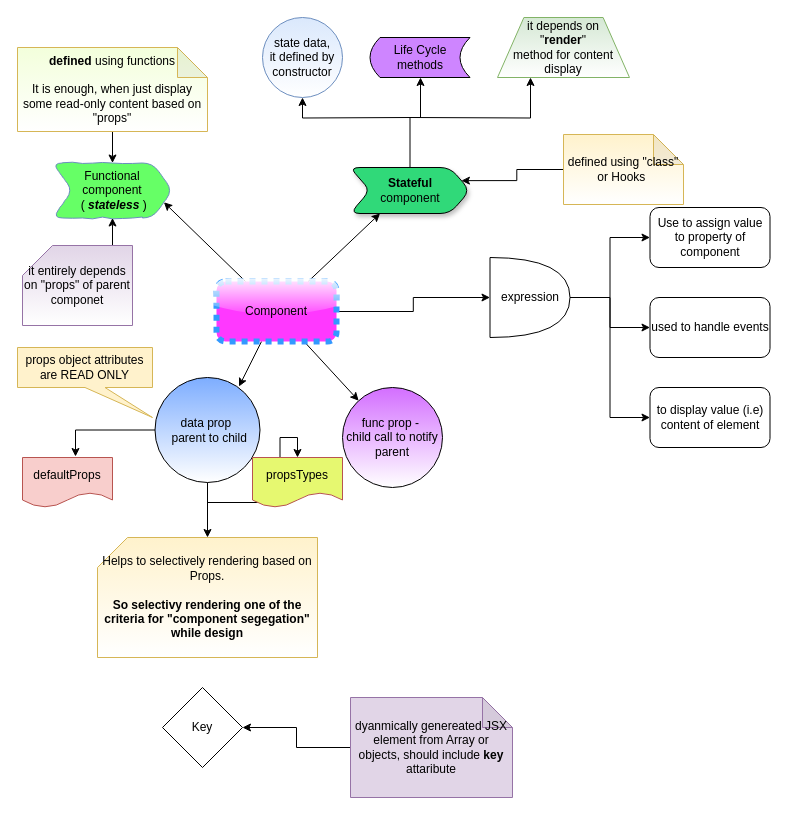
This is My Articles/react/React Component.drawio from anbarasan-raji/books, a draw.io file, before an edit. Source tidied: cells renumbered, new cells numbered last; positions are measured from the earlier drawing's top-left corner, leaving out a move shared by most shapes. Both pictures are drawn from the tidied source at 100%, with x=0, y=0 at pixel (17, 17).
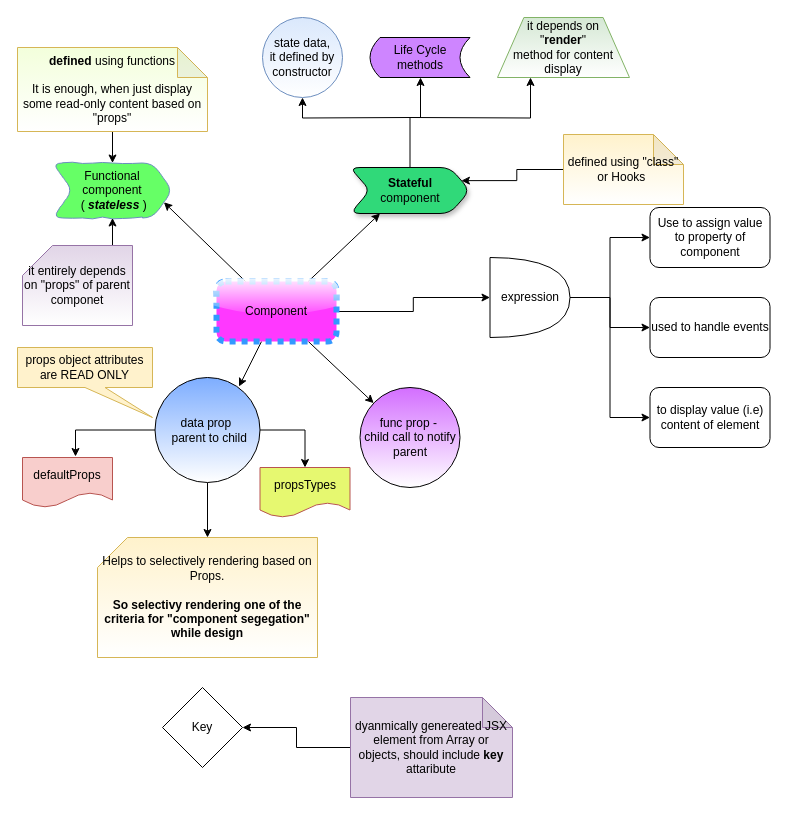
The same diagram, later.

Unchanged cells that the change refers to:
```xml
<mxCell id="6" value="data prop&amp;nbsp;&lt;br&gt;&amp;nbsp;parent to child" style="ellipse;whiteSpace=wrap;html=1;fillColor=#7DADFF;gradientColor=#ffffff;" parent="1" vertex="1">
  <mxGeometry x="137.5" y="360" width="105" height="105" as="geometry" />
</mxCell>
```

Change to the diagram source:
```diff
@@
-    <mxCell id="5" style="edgeStyle=orthogonalEdgeStyle;rounded=0;jettySize=auto;html=1;entryX=0.5;entryY=0;entryDx=0;entryDy=0;" parent="1" edge="1" source="6" target="33">
+    <mxCell id="5" style="edgeStyle=orthogonalEdgeStyle;rounded=0;jettySize=auto;html=1;entryX=0.5;entryY=0;entryDx=0;entryDy=0;exitX=1;exitY=0.5;exitDx=0;exitDy=0;" parent="1" edge="1" source="6" target="33">
       <mxGeometry relative="1" as="geometry" />
     </mxCell>
@@
     <mxCell id="14" value="func prop -&amp;nbsp;&lt;br&gt;child call to notify parent" style="ellipse;whiteSpace=wrap;html=1;fillColor=#D36EFF;gradientColor=#ffffff;" parent="1" vertex="1">
-      <mxGeometry x="325" y="370" width="100" height="100" as="geometry" />
+      <mxGeometry x="342.5" y="370" width="100" height="100" as="geometry" />
     </mxCell>
@@
     <mxCell id="33" value="propsTypes" style="shape=document;whiteSpace=wrap;html=1;boundedLbl=1;fillColor=#E6F870;strokeColor=#b85450;" parent="1" vertex="1">
-      <mxGeometry x="235" y="440" width="90" height="50" as="geometry" />
+      <mxGeometry x="242.5" y="450" width="90" height="50" as="geometry" />
     </mxCell>
```
